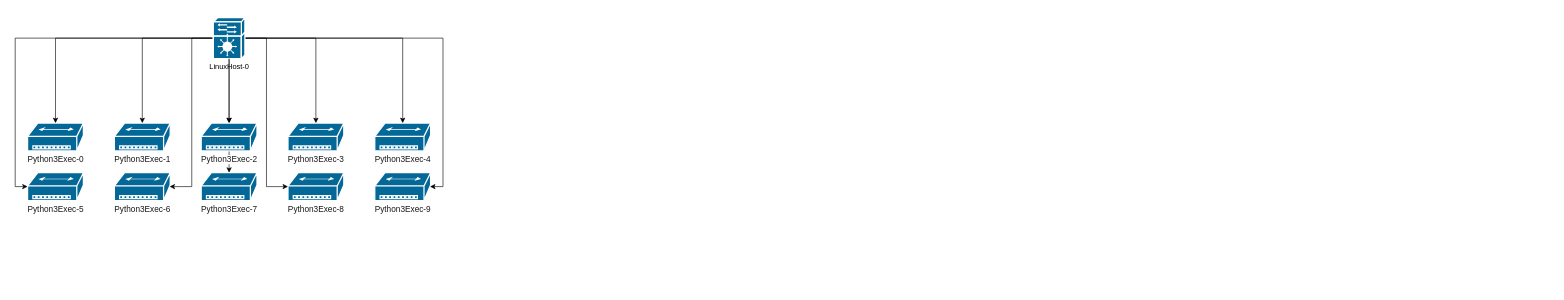
Above: Untitled Diagram.drawio in Dortmund-Reus/testbd (draw.io), before the change. Source tidied: cells renumbered, new cells numbered last; positions are measured from the earlier drawing's top-left corner, leaving out a move shared by most shapes. Both pictures are drawn from the tidied source at 62%, with x=0, y=0 at pixel (27, 17).
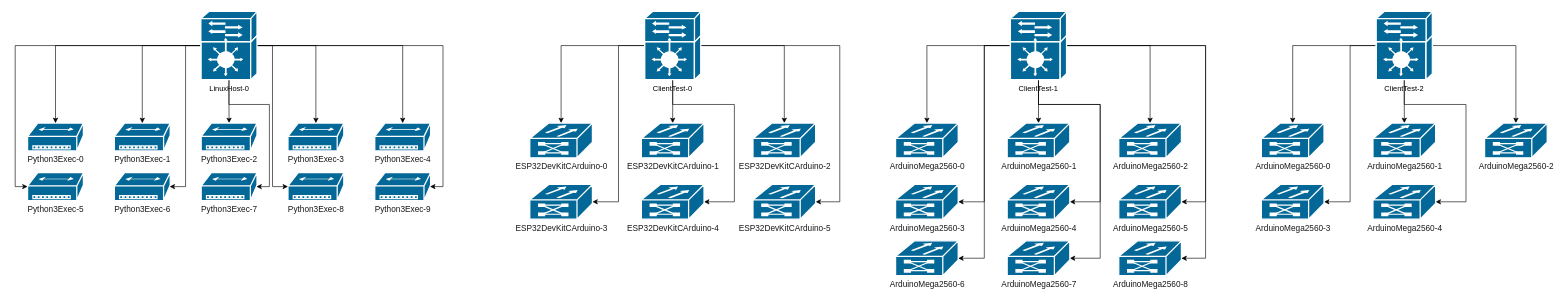
The same page after the edit.

Unchanged cells that the change refers to:
```xml
<mxCell id="7" value="&lt;span style=&quot;color: rgb(25 , 25 , 25) ; font-size: 13.3333px ; background-color: rgb(255 , 255 , 255)&quot;&gt;Python3Exec-7&lt;/span&gt;" style="shape=mxgraph.cisco.hubs_and_gateways.small_hub;html=1;dashed=0;fillColor=#036897;strokeColor=#ffffff;strokeWidth=2;verticalLabelPosition=bottom;verticalAlign=top;align=center;outlineConnect=0;" parent="1" vertex="1">
  <mxGeometry x="280" y="250" width="90" height="45" as="geometry" />
</mxCell>
<mxCell id="22" value="&lt;span style=&quot;color: rgb(25 , 25 , 25) ; font-size: 13.3333px ; background-color: rgb(255 , 255 , 255)&quot;&gt;Python3Exec-2&lt;/span&gt;" style="shape=mxgraph.cisco.hubs_and_gateways.small_hub;html=1;dashed=0;fillColor=#036897;strokeColor=#ffffff;strokeWidth=2;verticalLabelPosition=bottom;verticalAlign=top;align=center;outlineConnect=0;" parent="1" vertex="1">
  <mxGeometry x="280" y="170" width="90" height="45" as="geometry" />
</mxCell>
```

Diff of the diagram source:
```diff
@@
-    <mxCell id="11" style="edgeStyle=orthogonalEdgeStyle;rounded=0;jettySize=auto;html=1;entryX=0.5;entryY=0;entryDx=0;entryDy=0;entryPerimeter=0;" parent="1" edge="1" source="21" target="22">
-      <mxGeometry relative="1" as="geometry" />
-    </mxCell>
@@
-    <mxCell id="20" style="edgeStyle=orthogonalEdgeStyle;rounded=0;jettySize=auto;html=1;exitX=0.5;exitY=1;exitDx=0;exitDy=0;exitPerimeter=0;" parent="1" edge="1" source="22" target="7">
-      <mxGeometry relative="1" as="geometry" />
-    </mxCell>
+    <mxCell id="24" style="edgeStyle=orthogonalEdgeStyle;rounded=0;jettySize=auto;html=1;entryX=0.99;entryY=0.5;entryDx=0;entryDy=0;entryPerimeter=0;" parent="1" edge="1" source="21" target="7">
+      <mxGeometry relative="1" as="geometry">
+        <Array as="points">
+          <mxPoint x="325" y="140" />
+          <mxPoint x="390" y="140" />
+          <mxPoint x="390" y="273" />
+        </Array>
+      </mxGeometry>
+    </mxCell>
+    <mxCell id="25" style="edgeStyle=orthogonalEdgeStyle;rounded=0;jettySize=auto;html=1;entryX=0.5;entryY=0;entryDx=0;entryDy=0;entryPerimeter=0;" parent="1" edge="1" source="21" target="22">
+      <mxGeometry relative="1" as="geometry" />
+    </mxCell>
     <mxCell id="21" value="LinuxHost-0" style="shape=mxgraph.cisco.controllers_and_modules.service_module;html=1;dashed=0;fillColor=#036897;strokeColor=#ffffff;strokeWidth=2;verticalLabelPosition=bottom;verticalAlign=top;align=center;outlineConnect=0;" parent="1" vertex="1">
-      <mxGeometry x="299.5" width="51" height="66" as="geometry" />
+      <mxGeometry x="279.5" y="-10" width="90.5" height="110" as="geometry" />
     </mxCell>
@@
-    <mxCell id="23" style="edgeStyle=orthogonalEdgeStyle;rounded=0;jettySize=auto;html=1;exitX=0.5;exitY=1;exitDx=0;exitDy=0;exitPerimeter=0;" parent="1" edge="1" source="21" target="22">
-      <mxGeometry relative="1" as="geometry" />
-    </mxCell>
+    <mxCell id="26" style="edgeStyle=orthogonalEdgeStyle;rounded=0;jettySize=auto;html=1;" parent="1" edge="1" source="32" target="33">
+      <mxGeometry relative="1" as="geometry" />
+    </mxCell>
+    <mxCell id="27" style="edgeStyle=orthogonalEdgeStyle;rounded=0;jettySize=auto;html=1;exitX=0.5;exitY=1;exitDx=0;exitDy=0;exitPerimeter=0;entryX=0.5;entryY=0;entryDx=0;entryDy=0;entryPerimeter=0;" parent="1" edge="1" source="32" target="34">
+      <mxGeometry relative="1" as="geometry" />
+    </mxCell>
+    <mxCell id="28" style="edgeStyle=orthogonalEdgeStyle;rounded=0;jettySize=auto;html=1;exitX=1;exitY=0.5;exitDx=0;exitDy=0;exitPerimeter=0;" parent="1" edge="1" source="32" target="35">
+      <mxGeometry relative="1" as="geometry" />
+    </mxCell>
+    <mxCell id="29" style="edgeStyle=orthogonalEdgeStyle;rounded=0;jettySize=auto;html=1;exitX=0;exitY=0.5;exitDx=0;exitDy=0;exitPerimeter=0;entryX=1;entryY=0.5;entryDx=0;entryDy=0;entryPerimeter=0;" parent="1" edge="1" source="32" target="36">
+      <mxGeometry relative="1" as="geometry" />
+    </mxCell>
+    <mxCell id="30" style="edgeStyle=orthogonalEdgeStyle;rounded=0;jettySize=auto;html=1;exitX=0.5;exitY=1;exitDx=0;exitDy=0;exitPerimeter=0;entryX=1;entryY=0.5;entryDx=0;entryDy=0;entryPerimeter=0;" parent="1" edge="1" source="32" target="37">
+      <mxGeometry relative="1" as="geometry">
+        <Array as="points">
+          <mxPoint x="1041" y="140" />
+          <mxPoint x="1140" y="140" />
+          <mxPoint x="1140" y="297" />
+        </Array>
+      </mxGeometry>
+    </mxCell>
+    <mxCell id="31" style="edgeStyle=orthogonalEdgeStyle;rounded=0;jettySize=auto;html=1;entryX=1;entryY=0.5;entryDx=0;entryDy=0;entryPerimeter=0;" parent="1" edge="1" source="32" target="38">
+      <mxGeometry relative="1" as="geometry">
+        <Array as="points">
+          <mxPoint x="1310" y="45" />
+          <mxPoint x="1310" y="297" />
+        </Array>
+      </mxGeometry>
+    </mxCell>
+    <mxCell id="32" value="ClientTest-0" style="shape=mxgraph.cisco.controllers_and_modules.service_module;html=1;dashed=0;fillColor=#036897;strokeColor=#ffffff;strokeWidth=2;verticalLabelPosition=bottom;verticalAlign=top;align=center;outlineConnect=0;" parent="1" vertex="1">
+      <mxGeometry x="995.2" y="-10" width="90.5" height="110" as="geometry" />
+    </mxCell>
+    <mxCell id="33" value="&lt;span style=&quot;color: rgb(25, 25, 25); font-family: helvetica; font-size: 13.3333px; font-style: normal; font-weight: 400; letter-spacing: normal; text-align: center; text-indent: 0px; text-transform: none; word-spacing: 0px; background-color: rgb(255, 255, 255); display: inline; float: none;&quot;&gt;ESP32DevKitCArduino-0&lt;/span&gt;" style="shape=mxgraph.cisco.misc.iptc;html=1;dashed=0;fillColor=#036897;strokeColor=#ffffff;strokeWidth=2;verticalLabelPosition=bottom;verticalAlign=top;align=center;outlineConnect=0;" parent="1" vertex="1">
+      <mxGeometry x="810" y="170" width="101" height="56" as="geometry" />
+    </mxCell>
+    <mxCell id="34" value="&lt;span style=&quot;color: rgb(25 , 25 , 25) ; font-family: &amp;#34;helvetica&amp;#34; ; font-size: 13.3333px ; font-style: normal ; font-weight: 400 ; letter-spacing: normal ; text-align: center ; text-indent: 0px ; text-transform: none ; word-spacing: 0px ; background-color: rgb(255 , 255 , 255) ; display: inline ; float: none&quot;&gt;ESP32DevKitCArduino-1&lt;/span&gt;" style="shape=mxgraph.cisco.misc.iptc;html=1;dashed=0;fillColor=#036897;strokeColor=#ffffff;strokeWidth=2;verticalLabelPosition=bottom;verticalAlign=top;align=center;outlineConnect=0;" parent="1" vertex="1">
+      <mxGeometry x="990" y="170" width="101" height="56" as="geometry" />
+    </mxCell>
+    <mxCell id="35" value="&lt;span style=&quot;color: rgb(25 , 25 , 25) ; font-family: &amp;#34;helvetica&amp;#34; ; font-size: 13.3333px ; font-style: normal ; font-weight: 400 ; letter-spacing: normal ; text-align: center ; text-indent: 0px ; text-transform: none ; word-spacing: 0px ; background-color: rgb(255 , 255 , 255) ; display: inline ; float: none&quot;&gt;ESP32DevKitCArduino-2&lt;/span&gt;" style="shape=mxgraph.cisco.misc.iptc;html=1;dashed=0;fillColor=#036897;strokeColor=#ffffff;strokeWidth=2;verticalLabelPosition=bottom;verticalAlign=top;align=center;outlineConnect=0;" parent="1" vertex="1">
+      <mxGeometry x="1170" y="170" width="101" height="56" as="geometry" />
+    </mxCell>
+    <mxCell id="36" value="&lt;span style=&quot;color: rgb(25 , 25 , 25) ; font-family: &amp;#34;helvetica&amp;#34; ; font-size: 13.3333px ; font-style: normal ; font-weight: 400 ; letter-spacing: normal ; text-align: center ; text-indent: 0px ; text-transform: none ; word-spacing: 0px ; background-color: rgb(255 , 255 , 255) ; display: inline ; float: none&quot;&gt;ESP32DevKitCArduino-3&lt;br&gt;&lt;/span&gt;" style="shape=mxgraph.cisco.misc.iptc;html=1;dashed=0;fillColor=#036897;strokeColor=#ffffff;strokeWidth=2;verticalLabelPosition=bottom;verticalAlign=top;align=center;outlineConnect=0;" parent="1" vertex="1">
+      <mxGeometry x="810" y="269" width="101" height="56" as="geometry" />
+    </mxCell>
+    <mxCell id="37" value="&lt;span style=&quot;color: rgb(25 , 25 , 25) ; font-family: &amp;#34;helvetica&amp;#34; ; font-size: 13.3333px ; font-style: normal ; font-weight: 400 ; letter-spacing: normal ; text-align: center ; text-indent: 0px ; text-transform: none ; word-spacing: 0px ; background-color: rgb(255 , 255 , 255) ; display: inline ; float: none&quot;&gt;ESP32DevKitCArduino-4&lt;br&gt;&lt;/span&gt;" style="shape=mxgraph.cisco.misc.iptc;html=1;dashed=0;fillColor=#036897;strokeColor=#ffffff;strokeWidth=2;verticalLabelPosition=bottom;verticalAlign=top;align=center;outlineConnect=0;" parent="1" vertex="1">
+      <mxGeometry x="990" y="269" width="101" height="56" as="geometry" />
+    </mxCell>
+    <mxCell id="38" value="&lt;span style=&quot;color: rgb(25 , 25 , 25) ; font-family: &amp;#34;helvetica&amp;#34; ; font-size: 13.3333px ; font-style: normal ; font-weight: 400 ; letter-spacing: normal ; text-align: center ; text-indent: 0px ; text-transform: none ; word-spacing: 0px ; background-color: rgb(255 , 255 , 255) ; display: inline ; float: none&quot;&gt;ESP32DevKitCArduino-5&lt;br&gt;&lt;/span&gt;" style="shape=mxgraph.cisco.misc.iptc;html=1;dashed=0;fillColor=#036897;strokeColor=#ffffff;strokeWidth=2;verticalLabelPosition=bottom;verticalAlign=top;align=center;outlineConnect=0;" parent="1" vertex="1">
+      <mxGeometry x="1170" y="269" width="101" height="56" as="geometry" />
+    </mxCell>
+    <mxCell id="39" style="edgeStyle=orthogonalEdgeStyle;rounded=0;jettySize=auto;html=1;" parent="1" edge="1" source="48" target="49">
+      <mxGeometry relative="1" as="geometry" />
+    </mxCell>
+    <mxCell id="40" style="edgeStyle=orthogonalEdgeStyle;rounded=0;jettySize=auto;html=1;exitX=0.5;exitY=1;exitDx=0;exitDy=0;exitPerimeter=0;entryX=0.5;entryY=0;entryDx=0;entryDy=0;entryPerimeter=0;" parent="1" edge="1" source="48" target="50">
+      <mxGeometry relative="1" as="geometry" />
+    </mxCell>
+    <mxCell id="41" style="edgeStyle=orthogonalEdgeStyle;rounded=0;jettySize=auto;html=1;exitX=1;exitY=0.5;exitDx=0;exitDy=0;exitPerimeter=0;" parent="1" edge="1" source="48" target="51">
+      <mxGeometry relative="1" as="geometry" />
+    </mxCell>
+    <mxCell id="42" style="edgeStyle=orthogonalEdgeStyle;rounded=0;jettySize=auto;html=1;exitX=0;exitY=0.5;exitDx=0;exitDy=0;exitPerimeter=0;entryX=1;entryY=0.5;entryDx=0;entryDy=0;entryPerimeter=0;" parent="1" edge="1" source="48" target="52">
+      <mxGeometry relative="1" as="geometry" />
+    </mxCell>
+    <mxCell id="43" style="edgeStyle=orthogonalEdgeStyle;rounded=0;jettySize=auto;html=1;exitX=0.5;exitY=1;exitDx=0;exitDy=0;exitPerimeter=0;entryX=1;entryY=0.5;entryDx=0;entryDy=0;entryPerimeter=0;" parent="1" edge="1" source="48" target="53">
+      <mxGeometry relative="1" as="geometry">
+        <Array as="points">
+          <mxPoint x="1631" y="140" />
+          <mxPoint x="1730" y="140" />
+          <mxPoint x="1730" y="297" />
+        </Array>
+      </mxGeometry>
+    </mxCell>
+    <mxCell id="44" style="edgeStyle=orthogonalEdgeStyle;rounded=0;jettySize=auto;html=1;entryX=1;entryY=0.5;entryDx=0;entryDy=0;entryPerimeter=0;" parent="1" edge="1" source="48" target="54">
+      <mxGeometry relative="1" as="geometry">
+        <Array as="points">
+          <mxPoint x="1900" y="45" />
+          <mxPoint x="1900" y="297" />
+        </Array>
+      </mxGeometry>
+    </mxCell>
+    <mxCell id="45" style="edgeStyle=orthogonalEdgeStyle;rounded=0;jettySize=auto;html=1;entryX=1;entryY=0.5;entryDx=0;entryDy=0;entryPerimeter=0;" parent="1" edge="1" source="48" target="57">
+      <mxGeometry relative="1" as="geometry">
+        <Array as="points">
+          <mxPoint x="1900" y="45" />
+          <mxPoint x="1900" y="388" />
+        </Array>
+      </mxGeometry>
+    </mxCell>
+    <mxCell id="46" style="edgeStyle=orthogonalEdgeStyle;rounded=0;jettySize=auto;html=1;entryX=1;entryY=0.5;entryDx=0;entryDy=0;entryPerimeter=0;" parent="1" edge="1" source="48" target="55">
+      <mxGeometry relative="1" as="geometry" />
+    </mxCell>
+    <mxCell id="47" style="edgeStyle=orthogonalEdgeStyle;rounded=0;jettySize=auto;html=1;entryX=1;entryY=0.5;entryDx=0;entryDy=0;entryPerimeter=0;" parent="1" edge="1" source="48" target="56">
+      <mxGeometry relative="1" as="geometry">
+        <Array as="points">
+          <mxPoint x="1631" y="140" />
+          <mxPoint x="1730" y="140" />
+          <mxPoint x="1730" y="388" />
+        </Array>
+      </mxGeometry>
+    </mxCell>
+    <mxCell id="48" value="ClientTest-1" style="shape=mxgraph.cisco.controllers_and_modules.service_module;html=1;dashed=0;fillColor=#036897;strokeColor=#ffffff;strokeWidth=2;verticalLabelPosition=bottom;verticalAlign=top;align=center;outlineConnect=0;" parent="1" vertex="1">
+      <mxGeometry x="1585.2" y="-10" width="90.5" height="110" as="geometry" />
+    </mxCell>
+    <mxCell id="49" value="&lt;span style=&quot;color: rgb(25 , 25 , 25) ; font-size: 13.3333px ; background-color: rgb(255 , 255 , 255)&quot;&gt;ArduinoMega2560-0&lt;/span&gt;" style="shape=mxgraph.cisco.misc.iptc;html=1;dashed=0;fillColor=#036897;strokeColor=#ffffff;strokeWidth=2;verticalLabelPosition=bottom;verticalAlign=top;align=center;outlineConnect=0;" parent="1" vertex="1">
+      <mxGeometry x="1400" y="170" width="101" height="56" as="geometry" />
+    </mxCell>
+    <mxCell id="50" value="&lt;span style=&quot;color: rgb(25 , 25 , 25) ; font-size: 13.3333px ; background-color: rgb(255 , 255 , 255)&quot;&gt;ArduinoMega2560-1&lt;/span&gt;" style="shape=mxgraph.cisco.misc.iptc;html=1;dashed=0;fillColor=#036897;strokeColor=#ffffff;strokeWidth=2;verticalLabelPosition=bottom;verticalAlign=top;align=center;outlineConnect=0;" parent="1" vertex="1">
+      <mxGeometry x="1580" y="170" width="101" height="56" as="geometry" />
+    </mxCell>
+    <mxCell id="51" value="&lt;span style=&quot;color: rgb(25 , 25 , 25) ; font-size: 13.3333px ; background-color: rgb(255 , 255 , 255)&quot;&gt;ArduinoMega2560-2&lt;/span&gt;" style="shape=mxgraph.cisco.misc.iptc;html=1;dashed=0;fillColor=#036897;strokeColor=#ffffff;strokeWidth=2;verticalLabelPosition=bottom;verticalAlign=top;align=center;outlineConnect=0;" parent="1" vertex="1">
+      <mxGeometry x="1760" y="170" width="101" height="56" as="geometry" />
+    </mxCell>
+    <mxCell id="52" value="&lt;span style=&quot;color: rgb(25 , 25 , 25) ; font-family: &amp;#34;helvetica&amp;#34; ; font-size: 13.3333px ; font-style: normal ; font-weight: 400 ; letter-spacing: normal ; text-align: center ; text-indent: 0px ; text-transform: none ; word-spacing: 0px ; background-color: rgb(255 , 255 , 255) ; display: inline ; float: none&quot;&gt;&lt;span style=&quot;font-size: 13.3333px&quot;&gt;ArduinoMega2560-3&lt;/span&gt;&lt;br&gt;&lt;/span&gt;" style="shape=mxgraph.cisco.misc.iptc;html=1;dashed=0;fillColor=#036897;strokeColor=#ffffff;strokeWidth=2;verticalLabelPosition=bottom;verticalAlign=top;align=center;outlineConnect=0;" parent="1" vertex="1">
+      <mxGeometry x="1400" y="269" width="101" height="56" as="geometry" />
+    </mxCell>
+    <mxCell id="53" value="&lt;span style=&quot;color: rgb(25 , 25 , 25) ; font-family: &amp;#34;helvetica&amp;#34; ; font-size: 13.3333px ; font-style: normal ; font-weight: 400 ; letter-spacing: normal ; text-align: center ; text-indent: 0px ; text-transform: none ; word-spacing: 0px ; background-color: rgb(255 , 255 , 255) ; display: inline ; float: none&quot;&gt;&lt;span style=&quot;font-size: 13.3333px&quot;&gt;ArduinoMega2560-4&lt;/span&gt;&lt;br&gt;&lt;/span&gt;" style="shape=mxgraph.cisco.misc.iptc;html=1;dashed=0;fillColor=#036897;strokeColor=#ffffff;strokeWidth=2;verticalLabelPosition=bottom;verticalAlign=top;align=center;outlineConnect=0;" parent="1" vertex="1">
+      <mxGeometry x="1580" y="269" width="101" height="56" as="geometry" />
+    </mxCell>
+    <mxCell id="54" value="&lt;span style=&quot;color: rgb(25 , 25 , 25) ; font-family: &amp;#34;helvetica&amp;#34; ; font-size: 13.3333px ; font-style: normal ; font-weight: 400 ; letter-spacing: normal ; text-align: center ; text-indent: 0px ; text-transform: none ; word-spacing: 0px ; background-color: rgb(255 , 255 , 255) ; display: inline ; float: none&quot;&gt;&lt;span style=&quot;font-size: 13.3333px&quot;&gt;ArduinoMega2560-5&lt;/span&gt;&lt;br&gt;&lt;/span&gt;" style="shape=mxgraph.cisco.misc.iptc;html=1;dashed=0;fillColor=#036897;strokeColor=#ffffff;strokeWidth=2;verticalLabelPosition=bottom;verticalAlign=top;align=center;outlineConnect=0;" parent="1" vertex="1">
+      <mxGeometry x="1760" y="269" width="101" height="56" as="geometry" />
+    </mxCell>
+    <mxCell id="55" value="&lt;span style=&quot;color: rgb(25 , 25 , 25) ; font-family: &amp;#34;helvetica&amp;#34; ; font-size: 13.3333px ; font-style: normal ; font-weight: 400 ; letter-spacing: normal ; text-align: center ; text-indent: 0px ; text-transform: none ; word-spacing: 0px ; background-color: rgb(255 , 255 , 255) ; display: inline ; float: none&quot;&gt;&lt;span style=&quot;font-size: 13.3333px&quot;&gt;ArduinoMega2560-6&lt;/span&gt;&lt;br&gt;&lt;/span&gt;" style="shape=mxgraph.cisco.misc.iptc;html=1;dashed=0;fillColor=#036897;strokeColor=#ffffff;strokeWidth=2;verticalLabelPosition=bottom;verticalAlign=top;align=center;outlineConnect=0;" parent="1" vertex="1">
+      <mxGeometry x="1400" y="360" width="101" height="56" as="geometry" />
+    </mxCell>
+    <mxCell id="56" value="&lt;span style=&quot;color: rgb(25 , 25 , 25) ; font-family: &amp;#34;helvetica&amp;#34; ; font-size: 13.3333px ; font-style: normal ; font-weight: 400 ; letter-spacing: normal ; text-align: center ; text-indent: 0px ; text-transform: none ; word-spacing: 0px ; background-color: rgb(255 , 255 , 255) ; display: inline ; float: none&quot;&gt;&lt;span style=&quot;font-size: 13.3333px&quot;&gt;ArduinoMega2560-7&lt;/span&gt;&lt;br&gt;&lt;/span&gt;" style="shape=mxgraph.cisco.misc.iptc;html=1;dashed=0;fillColor=#036897;strokeColor=#ffffff;strokeWidth=2;verticalLabelPosition=bottom;verticalAlign=top;align=center;outlineConnect=0;" parent="1" vertex="1">
+      <mxGeometry x="1580" y="360" width="101" height="56" as="geometry" />
+    </mxCell>
+    <mxCell id="57" value="&lt;span style=&quot;color: rgb(25 , 25 , 25) ; font-family: &amp;#34;helvetica&amp;#34; ; font-size: 13.3333px ; font-style: normal ; font-weight: 400 ; letter-spacing: normal ; text-align: center ; text-indent: 0px ; text-transform: none ; word-spacing: 0px ; background-color: rgb(255 , 255 , 255) ; display: inline ; float: none&quot;&gt;&lt;span style=&quot;font-size: 13.3333px&quot;&gt;ArduinoMega2560-8&lt;/span&gt;&lt;br&gt;&lt;/span&gt;" style="shape=mxgraph.cisco.misc.iptc;html=1;dashed=0;fillColor=#036897;strokeColor=#ffffff;strokeWidth=2;verticalLabelPosition=bottom;verticalAlign=top;align=center;outlineConnect=0;" parent="1" vertex="1">
+      <mxGeometry x="1760" y="360" width="101" height="56" as="geometry" />
+    </mxCell>
+    <mxCell id="58" style="edgeStyle=orthogonalEdgeStyle;rounded=0;jettySize=auto;html=1;" parent="1" edge="1" source="63" target="64">
+      <mxGeometry relative="1" as="geometry" />
+    </mxCell>
+    <mxCell id="59" style="edgeStyle=orthogonalEdgeStyle;rounded=0;jettySize=auto;html=1;exitX=0.5;exitY=1;exitDx=0;exitDy=0;exitPerimeter=0;entryX=0.5;entryY=0;entryDx=0;entryDy=0;entryPerimeter=0;" parent="1" edge="1" source="63" target="65">
+      <mxGeometry relative="1" as="geometry" />
+    </mxCell>
+    <mxCell id="60" style="edgeStyle=orthogonalEdgeStyle;rounded=0;jettySize=auto;html=1;exitX=1;exitY=0.5;exitDx=0;exitDy=0;exitPerimeter=0;" parent="1" edge="1" source="63" target="66">
+      <mxGeometry relative="1" as="geometry" />
+    </mxCell>
+    <mxCell id="61" style="edgeStyle=orthogonalEdgeStyle;rounded=0;jettySize=auto;html=1;exitX=0;exitY=0.5;exitDx=0;exitDy=0;exitPerimeter=0;entryX=1;entryY=0.5;entryDx=0;entryDy=0;entryPerimeter=0;" parent="1" edge="1" source="63" target="67">
+      <mxGeometry relative="1" as="geometry" />
+    </mxCell>
+    <mxCell id="62" style="edgeStyle=orthogonalEdgeStyle;rounded=0;jettySize=auto;html=1;exitX=0.5;exitY=1;exitDx=0;exitDy=0;exitPerimeter=0;entryX=1;entryY=0.5;entryDx=0;entryDy=0;entryPerimeter=0;" parent="1" edge="1" source="63" target="68">
+      <mxGeometry relative="1" as="geometry">
+        <Array as="points">
+          <mxPoint x="2221" y="140" />
+          <mxPoint x="2320" y="140" />
+          <mxPoint x="2320" y="297" />
+        </Array>
+      </mxGeometry>
+    </mxCell>
+    <mxCell id="63" value="ClientTest-2" style="shape=mxgraph.cisco.controllers_and_modules.service_module;html=1;dashed=0;fillColor=#036897;strokeColor=#ffffff;strokeWidth=2;verticalLabelPosition=bottom;verticalAlign=top;align=center;outlineConnect=0;" parent="1" vertex="1">
+      <mxGeometry x="2175.2" y="-10" width="90.5" height="110" as="geometry" />
+    </mxCell>
+    <mxCell id="64" value="&lt;span style=&quot;color: rgb(25 , 25 , 25) ; font-size: 13.3333px ; background-color: rgb(255 , 255 , 255)&quot;&gt;ArduinoMega2560-0&lt;/span&gt;" style="shape=mxgraph.cisco.misc.iptc;html=1;dashed=0;fillColor=#036897;strokeColor=#ffffff;strokeWidth=2;verticalLabelPosition=bottom;verticalAlign=top;align=center;outlineConnect=0;" parent="1" vertex="1">
+      <mxGeometry x="1990" y="170" width="101" height="56" as="geometry" />
+    </mxCell>
+    <mxCell id="65" value="&lt;span style=&quot;color: rgb(25 , 25 , 25) ; font-size: 13.3333px ; background-color: rgb(255 , 255 , 255)&quot;&gt;ArduinoMega2560-1&lt;/span&gt;" style="shape=mxgraph.cisco.misc.iptc;html=1;dashed=0;fillColor=#036897;strokeColor=#ffffff;strokeWidth=2;verticalLabelPosition=bottom;verticalAlign=top;align=center;outlineConnect=0;" parent="1" vertex="1">
+      <mxGeometry x="2170" y="170" width="101" height="56" as="geometry" />
+    </mxCell>
+    <mxCell id="66" value="&lt;span style=&quot;color: rgb(25 , 25 , 25) ; font-size: 13.3333px ; background-color: rgb(255 , 255 , 255)&quot;&gt;ArduinoMega2560-2&lt;/span&gt;" style="shape=mxgraph.cisco.misc.iptc;html=1;dashed=0;fillColor=#036897;strokeColor=#ffffff;strokeWidth=2;verticalLabelPosition=bottom;verticalAlign=top;align=center;outlineConnect=0;" parent="1" vertex="1">
+      <mxGeometry x="2350" y="170" width="101" height="56" as="geometry" />
+    </mxCell>
+    <mxCell id="67" value="&lt;span style=&quot;color: rgb(25 , 25 , 25) ; font-family: &amp;#34;helvetica&amp;#34; ; font-size: 13.3333px ; font-style: normal ; font-weight: 400 ; letter-spacing: normal ; text-align: center ; text-indent: 0px ; text-transform: none ; word-spacing: 0px ; background-color: rgb(255 , 255 , 255) ; display: inline ; float: none&quot;&gt;&lt;span style=&quot;font-size: 13.3333px&quot;&gt;ArduinoMega2560-3&lt;/span&gt;&lt;br&gt;&lt;/span&gt;" style="shape=mxgraph.cisco.misc.iptc;html=1;dashed=0;fillColor=#036897;strokeColor=#ffffff;strokeWidth=2;verticalLabelPosition=bottom;verticalAlign=top;align=center;outlineConnect=0;" parent="1" vertex="1">
+      <mxGeometry x="1990" y="269" width="101" height="56" as="geometry" />
+    </mxCell>
+    <mxCell id="68" value="&lt;span style=&quot;color: rgb(25 , 25 , 25) ; font-family: &amp;#34;helvetica&amp;#34; ; font-size: 13.3333px ; font-style: normal ; font-weight: 400 ; letter-spacing: normal ; text-align: center ; text-indent: 0px ; text-transform: none ; word-spacing: 0px ; background-color: rgb(255 , 255 , 255) ; display: inline ; float: none&quot;&gt;&lt;span style=&quot;font-size: 13.3333px&quot;&gt;ArduinoMega2560-4&lt;/span&gt;&lt;br&gt;&lt;/span&gt;" style="shape=mxgraph.cisco.misc.iptc;html=1;dashed=0;fillColor=#036897;strokeColor=#ffffff;strokeWidth=2;verticalLabelPosition=bottom;verticalAlign=top;align=center;outlineConnect=0;" parent="1" vertex="1">
+      <mxGeometry x="2170" y="269" width="101" height="56" as="geometry" />
+    </mxCell>
```
